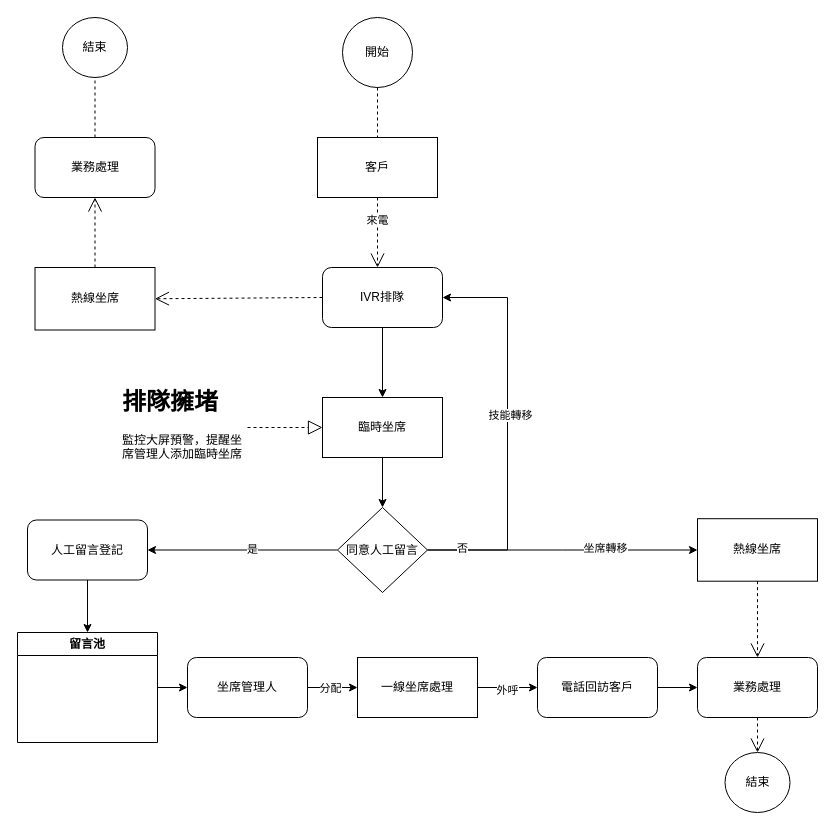
Above: 最终Pick Call.drawio in 2571788183/- (draw.io), before the change. Source tidied: cells renumbered, new cells numbered last; positions are measured from the earlier drawing's top-left corner, leaving out a move shared by most shapes. Both pictures are drawn from the tidied source at 100%, with x=0, y=0 at pixel (17, 17).
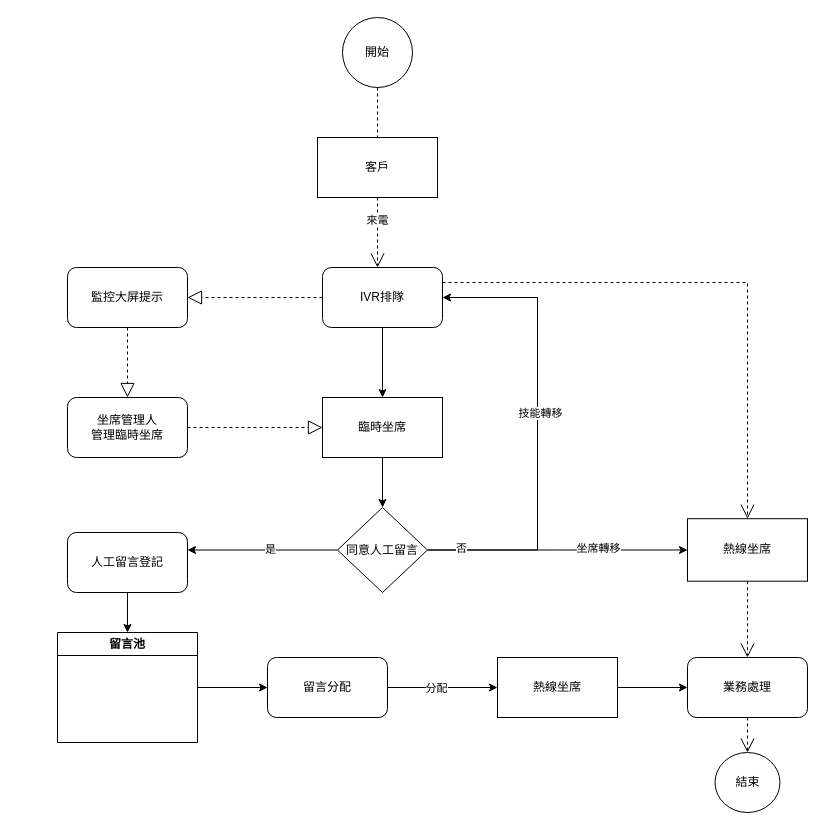
After the change.

The change refers to these unchanged cells:
```xml
<mxCell id="5" value="臨時坐席" style="whiteSpace=wrap;html=1;rounded=0;" parent="1" vertex="1">
  <mxGeometry x="305" y="380" width="120" height="60" as="geometry" />
</mxCell>
<mxCell id="13" value="同意人工留言" style="rhombus;whiteSpace=wrap;html=1;rounded=0;" parent="1" vertex="1">
  <mxGeometry x="320" y="490" width="90" height="85" as="geometry" />
</mxCell>
<mxCell id="14" value="IVR排隊" style="rounded=1;whiteSpace=wrap;html=1;" parent="1" vertex="1">
  <mxGeometry x="305" y="250" width="120" height="60" as="geometry" />
</mxCell>
```

The edit, as a diff of the source:
```diff
@@
     <mxCell id="8" style="edgeStyle=orthogonalEdgeStyle;rounded=0;jettySize=auto;html=1;exitX=1;exitY=0.5;exitDx=0;exitDy=0;entryX=1;entryY=0.5;entryDx=0;entryDy=0;" parent="1" edge="1" source="13" target="14">
       <mxGeometry relative="1" as="geometry">
         <Array as="points">
-          <mxPoint x="490" y="533" />
-          <mxPoint x="490" y="280" />
+          <mxPoint x="520" y="533" />
+          <mxPoint x="520" y="280" />
         </Array>
       </mxGeometry>
     </mxCell>
@@
     <mxCell id="16" value="人工留言登記" style="rounded=1;whiteSpace=wrap;html=1;" parent="1" vertex="1">
-      <mxGeometry x="10" y="502.5" width="120" height="60" as="geometry" />
+      <mxGeometry x="50" y="515" width="120" height="60" as="geometry" />
     </mxCell>
-    <mxCell id="17" style="edgeStyle=orthogonalEdgeStyle;rounded=0;jettySize=auto;html=1;entryX=0;entryY=0.5;entryDx=0;entryDy=0;" parent="1" edge="1" source="19" target="26">
-      <mxGeometry relative="1" as="geometry" />
-    </mxCell>
-    <mxCell id="18" value="外呼" style="edgeLabel;html=1;align=center;verticalAlign=middle;" parent="17" vertex="1">
-      <mxGeometry x="-0.03" y="-2" relative="1" as="geometry" />
-    </mxCell>
+    <mxCell id="43" style="edgeStyle=orthogonalEdgeStyle;rounded=0;jettySize=auto;html=1;entryX=0;entryY=0.5;entryDx=0;entryDy=0;" parent="1" edge="1" source="19" target="30">
+      <mxGeometry relative="1" as="geometry" />
+    </mxCell>
-    <mxCell id="19" value="一線坐席處理" style="whiteSpace=wrap;html=1;" parent="1" vertex="1">
-      <mxGeometry x="340" y="640" width="120" height="60" as="geometry" />
+    <mxCell id="19" value="熱線坐席" style="whiteSpace=wrap;html=1;" parent="1" vertex="1">
+      <mxGeometry x="480" y="640" width="120" height="60" as="geometry" />
     </mxCell>
@@
-    <mxCell id="22" value="坐席管理人" style="rounded=1;whiteSpace=wrap;html=1;" parent="1" vertex="1">
-      <mxGeometry x="170" y="640" width="120" height="60" as="geometry" />
+    <mxCell id="22" value="留言分配" style="rounded=1;whiteSpace=wrap;html=1;" parent="1" vertex="1">
+      <mxGeometry x="250" y="640" width="120" height="60" as="geometry" />
     </mxCell>
@@
     <mxCell id="24" value="留言池" style="swimlane;whiteSpace=wrap;html=1;startSize=23;" parent="1" vertex="1">
-      <mxGeometry y="615" width="140" height="110" as="geometry" />
+      <mxGeometry x="40" y="615" width="140" height="110" as="geometry" />
     </mxCell>
-    <mxCell id="25" style="edgeStyle=orthogonalEdgeStyle;rounded=0;jettySize=auto;html=1;entryX=0;entryY=0.5;entryDx=0;entryDy=0;" parent="1" edge="1" source="26" target="30">
-      <mxGeometry relative="1" as="geometry" />
-    </mxCell>
-    <mxCell id="26" value="電話回訪客戶" style="rounded=1;whiteSpace=wrap;html=1;" parent="1" vertex="1">
-      <mxGeometry x="520" y="640" width="120" height="60" as="geometry" />
-    </mxCell>
@@
     <mxCell id="29" value="熱線坐席" style="whiteSpace=wrap;html=1;rounded=0;" parent="1" vertex="1">
-      <mxGeometry x="680" y="501.2" width="120" height="62.5" as="geometry" />
+      <mxGeometry x="670" y="501.2" width="120" height="62.5" as="geometry" />
     </mxCell>
     <mxCell id="30" value="業務處理" style="whiteSpace=wrap;html=1;rounded=1;" parent="1" vertex="1">
-      <mxGeometry x="680" y="640" width="120" height="60" as="geometry" />
+      <mxGeometry x="670" y="640" width="120" height="60" as="geometry" />
     </mxCell>
     <mxCell id="31" value="結束" style="ellipse;whiteSpace=wrap;html=1;rounded=1;" parent="1" vertex="1">
-      <mxGeometry x="707.5" y="735" width="65" height="60" as="geometry" />
+      <mxGeometry x="697.5" y="735" width="65" height="60" as="geometry" />
     </mxCell>
@@
-    <mxCell id="35" value="熱線坐席" style="whiteSpace=wrap;html=1;rounded=0;" parent="1" vertex="1">
-      <mxGeometry x="17.5" y="250" width="120" height="62.5" as="geometry" />
-    </mxCell>
-    <mxCell id="36" value="業務處理" style="whiteSpace=wrap;html=1;rounded=1;" parent="1" vertex="1">
-      <mxGeometry x="17.5" y="120" width="120" height="60" as="geometry" />
-    </mxCell>
-    <mxCell id="37" value="結束" style="ellipse;whiteSpace=wrap;html=1;rounded=1;" parent="1" vertex="1">
-      <mxGeometry x="45" width="65" height="60" as="geometry" />
-    </mxCell>
-    <mxCell id="38" style="endArrow=open;endSize=12;dashed=1;html=1;rounded=0;exitX=0;exitY=0.5;exitDx=0;exitDy=0;entryX=1;entryY=0.5;entryDx=0;entryDy=0;" parent="1" edge="1" source="14" target="35">
-      <mxGeometry x="0.12" y="51" relative="1" as="geometry" />
+    <mxCell id="38" style="endArrow=open;endSize=12;dashed=1;html=1;rounded=0;exitX=1;exitY=0.25;exitDx=0;exitDy=0;entryX=0.5;entryY=0;entryDx=0;entryDy=0;" parent="1" edge="1" source="14" target="29">
+      <mxGeometry x="0.12" y="51" relative="1" as="geometry">
+        <Array as="points">
+          <mxPoint x="730" y="265" />
+        </Array>
+      </mxGeometry>
     </mxCell>
-    <mxCell id="39" style="endArrow=open;endSize=12;dashed=1;html=1;rounded=0;exitX=0.5;exitY=0;exitDx=0;exitDy=0;entryX=0.5;entryY=1;entryDx=0;entryDy=0;" parent="1" edge="1" source="35" target="36">
-      <mxGeometry x="0.12" y="51" relative="1" as="geometry" />
-    </mxCell>
-    <mxCell id="40" value="&lt;h1&gt;排隊擁堵&lt;/h1&gt;&lt;div&gt;監控大屏預警，提醒坐席管理人添加臨時坐席&lt;/div&gt;" style="text;html=1;strokeColor=none;fillColor=none;spacing=5;spacingTop=-20;whiteSpace=wrap;overflow=hidden;rounded=0;" parent="1" vertex="1">
-      <mxGeometry x="100" y="365" width="130" height="90" as="geometry" />
-    </mxCell>
-    <mxCell id="41" style="endArrow=block;dashed=1;endFill=0;endSize=12;html=1;rounded=0;" parent="1" edge="1" source="40" target="5">
-      <mxGeometry relative="1" as="geometry" />
-    </mxCell>
-    <mxCell id="42" style="endArrow=none;dashed=1;html=1;rounded=0;entryX=0.5;entryY=1;entryDx=0;entryDy=0;exitX=0.5;exitY=0;exitDx=0;exitDy=0;" parent="1" edge="1" source="36" target="37">
-      <mxGeometry relative="1" as="geometry" />
-    </mxCell>
+    <mxCell id="44" value="監控大屏提示" style="rounded=1;whiteSpace=wrap;html=1;" parent="1" vertex="1">
+      <mxGeometry x="50" y="250" width="120" height="60" as="geometry" />
+    </mxCell>
+    <mxCell id="45" value="坐席管理人&lt;br&gt;管理臨時坐席" style="whiteSpace=wrap;html=1;rounded=1;" parent="1" vertex="1">
+      <mxGeometry x="50" y="380" width="120" height="60" as="geometry" />
+    </mxCell>
+    <mxCell id="46" style="endArrow=block;dashed=1;endFill=0;endSize=12;html=1;rounded=0;entryX=0.5;entryY=0;entryDx=0;entryDy=0;exitX=0.5;exitY=1;exitDx=0;exitDy=0;" parent="1" edge="1" source="44" target="45">
+      <mxGeometry relative="1" as="geometry" />
+    </mxCell>
+    <mxCell id="47" style="endArrow=block;dashed=1;endFill=0;endSize=12;html=1;rounded=0;entryX=1;entryY=0.5;entryDx=0;entryDy=0;exitX=0;exitY=0.5;exitDx=0;exitDy=0;" parent="1" edge="1" source="14" target="44">
+      <mxGeometry relative="1" as="geometry" />
+    </mxCell>
+    <mxCell id="48" style="endArrow=block;dashed=1;endFill=0;endSize=12;html=1;rounded=0;entryX=0;entryY=0.5;entryDx=0;entryDy=0;exitX=1;exitY=0.5;exitDx=0;exitDy=0;" parent="1" edge="1" source="45" target="5">
+      <mxGeometry relative="1" as="geometry" />
+    </mxCell>
```
